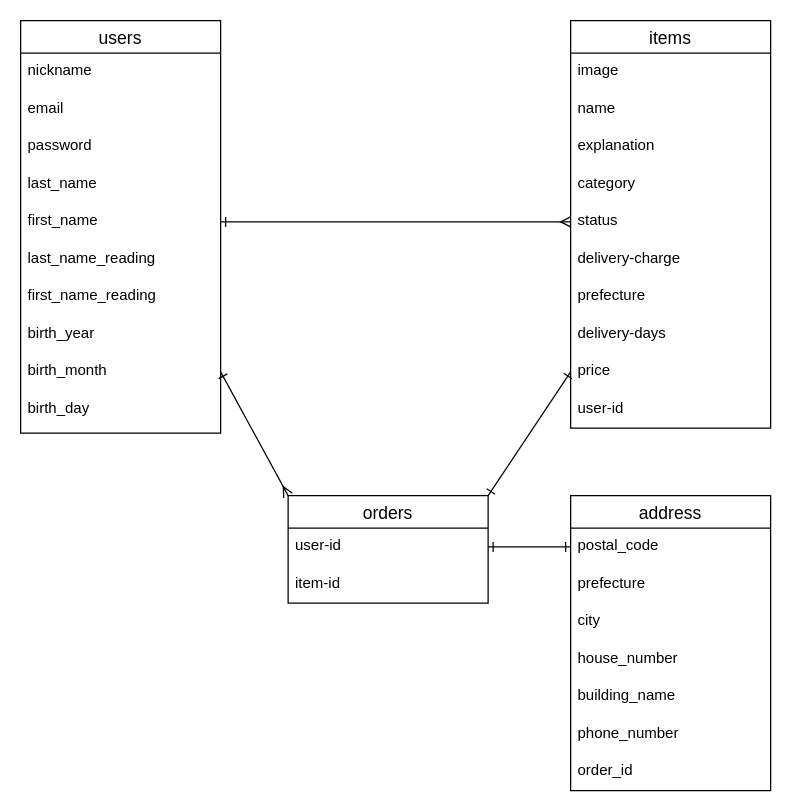
Earlier version of the draw.io diagram app/furima.dio (kaji0913/furima-35484). Source tidied: cells renumbered, new cells numbered last; positions are measured from the earlier drawing's top-left corner, leaving out a move shared by most shapes. Both pictures are drawn from the tidied source at 125%, with x=0, y=0 at pixel (20, 20).
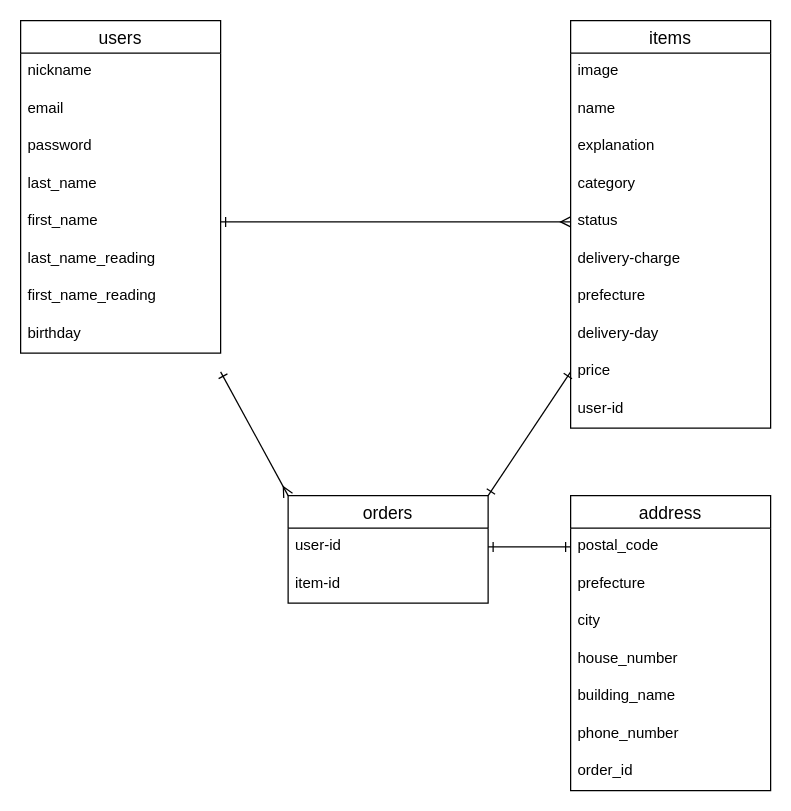
The same diagram, later.

The change refers to these unchanged cells:
```xml
<mxCell id="2" value="items" style="swimlane;fontStyle=0;horizontal=1;startSize=26;align=center;fontSize=14;" parent="1" vertex="1">
  <mxGeometry x="440" width="160" height="326" as="geometry" />
</mxCell>
<mxCell id="25" value="orders" style="swimlane;fontStyle=0;horizontal=1;startSize=26;align=center;fontSize=14;" parent="1" vertex="1">
  <mxGeometry x="214" y="380" width="160" height="86" as="geometry" />
</mxCell>
```

Diff of the diagram source:
```diff
@@
-    <mxCell id="10" value="delivery-days" style="text;strokeColor=none;fillColor=none;spacingLeft=4;spacingRight=4;overflow=hidden;fontSize=12;" parent="2" vertex="1">
+    <mxCell id="10" value="delivery-day" style="text;strokeColor=none;fillColor=none;spacingLeft=4;spacingRight=4;overflow=hidden;fontSize=12;" parent="2" vertex="1">
       <mxGeometry y="236" width="160" height="30" as="geometry" />
     </mxCell>
@@
     <mxCell id="13" value="users" style="swimlane;fontStyle=0;horizontal=1;startSize=26;align=center;fontSize=14;direction=east;" parent="1" vertex="1">
-      <mxGeometry width="160" height="330" as="geometry" />
+      <mxGeometry width="160" height="266" as="geometry" />
     </mxCell>
@@
-    <mxCell id="21" value="birth_year" style="text;strokeColor=none;fillColor=none;spacingLeft=4;spacingRight=4;overflow=hidden;fontSize=12;" parent="13" vertex="1">
-      <mxGeometry y="236" width="160" height="30" as="geometry" />
-    </mxCell>
-    <mxCell id="22" value="birth_month" style="text;strokeColor=none;fillColor=none;spacingLeft=4;spacingRight=4;overflow=hidden;points=[[0,0.5],[1,0.5]];portConstraint=eastwest;fontSize=12;" parent="13" vertex="1">
-      <mxGeometry y="266" width="160" height="30" as="geometry" />
-    </mxCell>
-    <mxCell id="23" value="birth_day" style="text;strokeColor=none;fillColor=none;spacingLeft=4;spacingRight=4;overflow=hidden;fontSize=12;" parent="13" vertex="1">
-      <mxGeometry y="296" width="160" height="34" as="geometry" />
-    </mxCell>
+    <mxCell id="39" value="birthday" style="text;strokeColor=none;fillColor=none;spacingLeft=4;spacingRight=4;overflow=hidden;fontSize=12;" parent="13" vertex="1">
+      <mxGeometry y="236" width="160" height="30" as="geometry" />
+    </mxCell>
@@
-    <mxCell id="28" style="edgeStyle=none;rounded=0;jettySize=auto;html=1;exitX=1;exitY=0.5;exitDx=0;exitDy=0;startArrow=ERone;startFill=0;endArrow=ERmany;endFill=0;entryX=0;entryY=0;entryDx=0;entryDy=0;" parent="1" edge="1" source="22" target="25">
-      <mxGeometry relative="1" as="geometry" />
+    <mxCell id="28" style="edgeStyle=none;rounded=0;jettySize=auto;html=1;exitX=1;exitY=0.5;exitDx=0;exitDy=0;startArrow=ERone;startFill=0;endArrow=ERmany;endFill=0;entryX=0;entryY=0;entryDx=0;entryDy=0;" parent="1" edge="1" target="25">
+      <mxGeometry relative="1" as="geometry">
+        <mxPoint x="160" y="281" as="sourcePoint" />
+      </mxGeometry>
     </mxCell>
```
